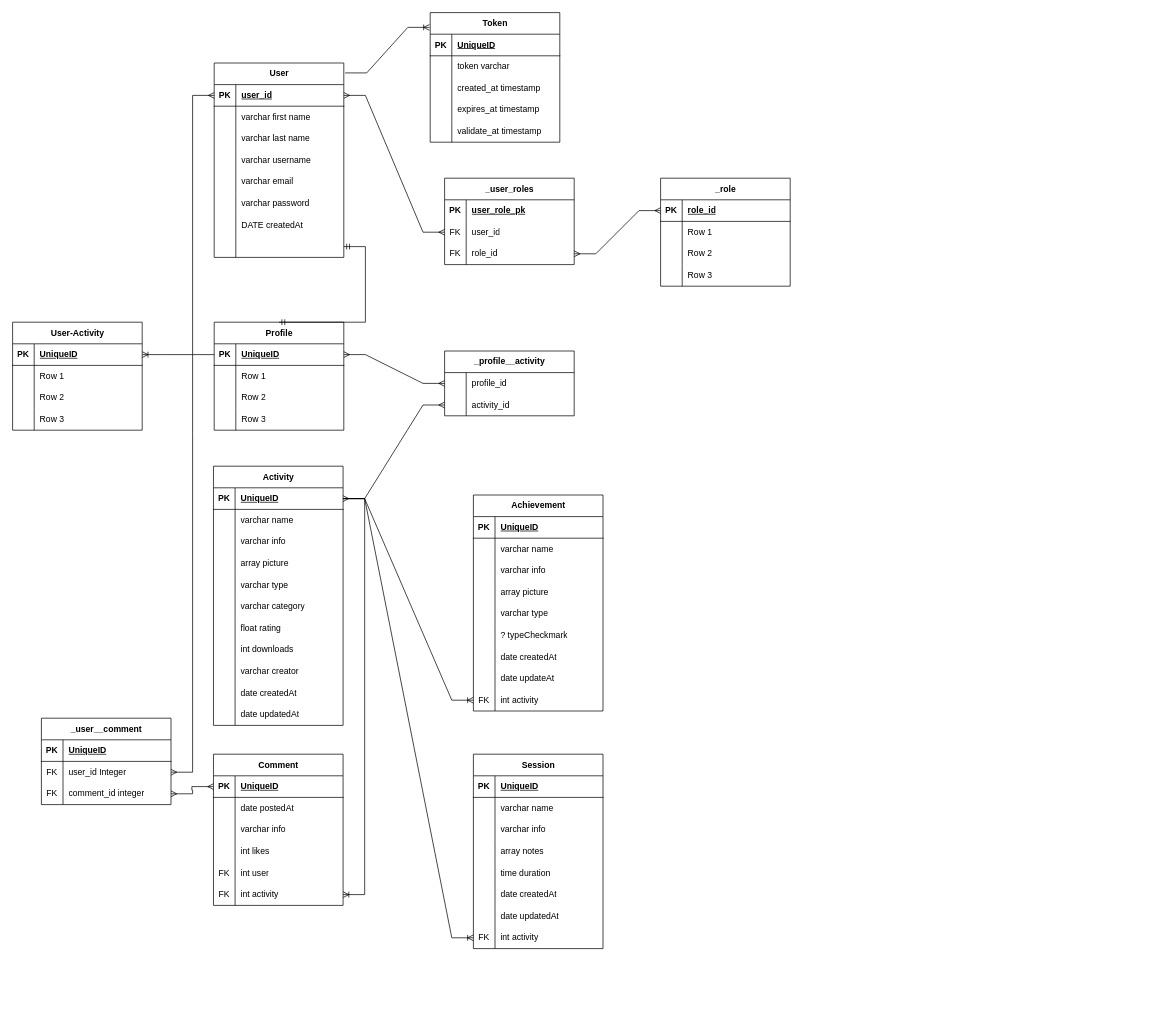
RawSaurus/Activity-tracker keeps this draw.io diagram as Database.drawio. Above is the earlier version. Source tidied: cells renumbered, new cells numbered last; positions are measured from the earlier drawing's top-left corner, leaving out a move shared by most shapes. Both pictures are drawn from the tidied source at 72%, with x=0, y=0 at pixel (12, 12).
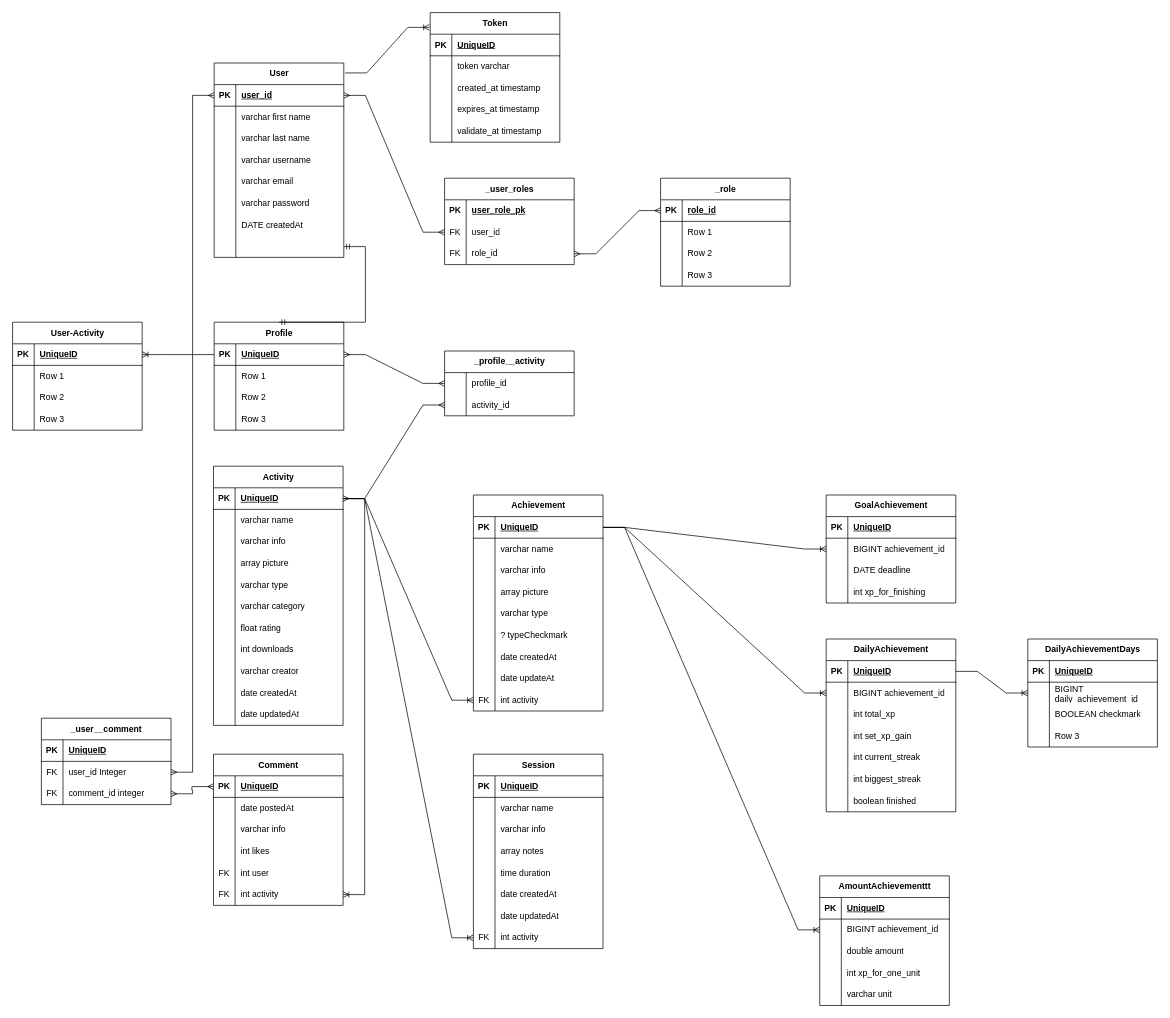
After the change.

The change refers to these unchanged cells:
```xml
<mxCell id="114" style="shape=tableRow;horizontal=0;startSize=0;swimlaneHead=0;swimlaneBody=0;fillColor=none;points=[[0,0.5],[1,0.5]];portConstraint=eastwest;top=0;left=0;right=0;bottom=1;" parent="113" vertex="1">
  <mxGeometry y="30" width="180" height="30" as="geometry" />
</mxCell>
```

Change to the diagram source:
```diff
@@
+    <mxCell id="229" value="GoalAchievement" style="shape=table;startSize=30;childLayout=tableLayout;rowLines=0;fontStyle=1;align=center;html=1;" parent="1" vertex="1">
+      <mxGeometry x="1130" y="670" width="180" height="150" as="geometry" />
+    </mxCell>
+    <mxCell id="230" style="shape=tableRow;horizontal=0;startSize=0;swimlaneHead=0;swimlaneBody=0;fillColor=none;top=0;left=0;right=0;bottom=1;" parent="229" vertex="1">
+      <mxGeometry y="30" width="180" height="30" as="geometry" />
+    </mxCell>
+    <mxCell id="231" value="PK" style="shape=partialRectangle;fillColor=none;top=0;left=0;bottom=0;right=0;fontStyle=1;overflow=hidden;whiteSpace=wrap;html=1;" parent="230" vertex="1">
+      <mxGeometry width="30" height="30" as="geometry" />
+    </mxCell>
+    <mxCell id="232" value="UniqueID" style="shape=partialRectangle;fillColor=none;top=0;left=0;bottom=0;right=0;align=left;spacingLeft=6;fontStyle=5;overflow=hidden;whiteSpace=wrap;html=1;" parent="230" vertex="1">
+      <mxGeometry x="30" width="150" height="30" as="geometry" />
+    </mxCell>
+    <mxCell id="233" style="shape=tableRow;horizontal=0;startSize=0;swimlaneHead=0;swimlaneBody=0;fillColor=none;points=[[0,0.5],[1,0.5]];portConstraint=eastwest;top=0;left=0;right=0;bottom=0;" parent="229" vertex="1">
+      <mxGeometry y="60" width="180" height="30" as="geometry" />
+    </mxCell>
+    <mxCell id="234" style="shape=partialRectangle;fillColor=none;top=0;left=0;bottom=0;right=0;overflow=hidden;whiteSpace=wrap;html=1;" parent="233" vertex="1">
+      <mxGeometry width="30" height="30" as="geometry" />
+    </mxCell>
+    <mxCell id="235" value="BIGINT achievement_id" style="shape=partialRectangle;fillColor=none;top=0;left=0;bottom=0;right=0;align=left;spacingLeft=6;overflow=hidden;whiteSpace=wrap;html=1;" parent="233" vertex="1">
+      <mxGeometry x="30" width="150" height="30" as="geometry" />
+    </mxCell>
+    <mxCell id="236" style="shape=tableRow;horizontal=0;startSize=0;swimlaneHead=0;swimlaneBody=0;fillColor=none;top=0;left=0;right=0;bottom=0;" parent="229" vertex="1">
+      <mxGeometry y="90" width="180" height="30" as="geometry" />
+    </mxCell>
+    <mxCell id="237" style="shape=partialRectangle;fillColor=none;top=0;left=0;bottom=0;right=0;overflow=hidden;whiteSpace=wrap;html=1;" parent="236" vertex="1">
+      <mxGeometry width="30" height="30" as="geometry" />
+    </mxCell>
+    <mxCell id="238" value="DATE deadline" style="shape=partialRectangle;fillColor=none;top=0;left=0;bottom=0;right=0;align=left;spacingLeft=6;overflow=hidden;whiteSpace=wrap;html=1;" parent="236" vertex="1">
+      <mxGeometry x="30" width="150" height="30" as="geometry" />
+    </mxCell>
+    <mxCell id="239" style="shape=tableRow;horizontal=0;startSize=0;swimlaneHead=0;swimlaneBody=0;fillColor=none;top=0;left=0;right=0;bottom=0;" parent="229" vertex="1">
+      <mxGeometry y="120" width="180" height="30" as="geometry" />
+    </mxCell>
+    <mxCell id="240" style="shape=partialRectangle;fillColor=none;top=0;left=0;bottom=0;right=0;overflow=hidden;whiteSpace=wrap;html=1;" parent="239" vertex="1">
+      <mxGeometry width="30" height="30" as="geometry" />
+    </mxCell>
+    <mxCell id="241" value="int xp_for_finishing" style="shape=partialRectangle;fillColor=none;top=0;left=0;bottom=0;right=0;align=left;spacingLeft=6;overflow=hidden;whiteSpace=wrap;html=1;" parent="239" vertex="1">
+      <mxGeometry x="30" width="150" height="30" as="geometry" />
+    </mxCell>
+    <mxCell id="242" value="DailyAchievement" style="shape=table;startSize=30;childLayout=tableLayout;rowLines=0;fontStyle=1;align=center;html=1;" parent="1" vertex="1">
+      <mxGeometry x="1130" y="870" width="180" height="240" as="geometry" />
+    </mxCell>
+    <mxCell id="243" style="shape=tableRow;horizontal=0;startSize=0;swimlaneHead=0;swimlaneBody=0;fillColor=none;points=[[0,0.5],[1,0.5]];portConstraint=eastwest;top=0;left=0;right=0;bottom=1;" parent="242" vertex="1">
+      <mxGeometry y="30" width="180" height="30" as="geometry" />
+    </mxCell>
+    <mxCell id="244" value="PK" style="shape=partialRectangle;fillColor=none;top=0;left=0;bottom=0;right=0;fontStyle=1;overflow=hidden;whiteSpace=wrap;html=1;" parent="243" vertex="1">
+      <mxGeometry width="30" height="30" as="geometry" />
+    </mxCell>
+    <mxCell id="245" value="UniqueID" style="shape=partialRectangle;fillColor=none;top=0;left=0;bottom=0;right=0;align=left;spacingLeft=6;fontStyle=5;overflow=hidden;whiteSpace=wrap;html=1;" parent="243" vertex="1">
+      <mxGeometry x="30" width="150" height="30" as="geometry" />
+    </mxCell>
+    <mxCell id="246" style="shape=tableRow;horizontal=0;startSize=0;swimlaneHead=0;swimlaneBody=0;fillColor=none;points=[[0,0.5],[1,0.5]];portConstraint=eastwest;top=0;left=0;right=0;bottom=0;" parent="242" vertex="1">
+      <mxGeometry y="60" width="180" height="30" as="geometry" />
+    </mxCell>
+    <mxCell id="247" style="shape=partialRectangle;fillColor=none;top=0;left=0;bottom=0;right=0;overflow=hidden;whiteSpace=wrap;html=1;" parent="246" vertex="1">
+      <mxGeometry width="30" height="30" as="geometry" />
+    </mxCell>
+    <mxCell id="248" value="BIGINT achievement_id" style="shape=partialRectangle;fillColor=none;top=0;left=0;bottom=0;right=0;align=left;spacingLeft=6;overflow=hidden;whiteSpace=wrap;html=1;" parent="246" vertex="1">
+      <mxGeometry x="30" width="150" height="30" as="geometry" />
+    </mxCell>
+    <mxCell id="249" style="shape=tableRow;horizontal=0;startSize=0;swimlaneHead=0;swimlaneBody=0;fillColor=none;top=0;left=0;right=0;bottom=0;" parent="242" vertex="1">
+      <mxGeometry y="90" width="180" height="30" as="geometry" />
+    </mxCell>
+    <mxCell id="250" style="shape=partialRectangle;fillColor=none;top=0;left=0;bottom=0;right=0;overflow=hidden;whiteSpace=wrap;html=1;" parent="249" vertex="1">
+      <mxGeometry width="30" height="30" as="geometry" />
+    </mxCell>
+    <mxCell id="251" value="int total_xp" style="shape=partialRectangle;fillColor=none;top=0;left=0;bottom=0;right=0;align=left;spacingLeft=6;overflow=hidden;whiteSpace=wrap;html=1;" parent="249" vertex="1">
+      <mxGeometry x="30" width="150" height="30" as="geometry" />
+    </mxCell>
+    <mxCell id="252" style="shape=tableRow;horizontal=0;startSize=0;swimlaneHead=0;swimlaneBody=0;fillColor=none;top=0;left=0;right=0;bottom=0;" parent="242" vertex="1">
+      <mxGeometry y="120" width="180" height="30" as="geometry" />
+    </mxCell>
+    <mxCell id="253" style="shape=partialRectangle;fillColor=none;top=0;left=0;bottom=0;right=0;overflow=hidden;whiteSpace=wrap;html=1;" parent="252" vertex="1">
+      <mxGeometry width="30" height="30" as="geometry" />
+    </mxCell>
+    <mxCell id="254" value="int set_xp_gain" style="shape=partialRectangle;fillColor=none;top=0;left=0;bottom=0;right=0;align=left;spacingLeft=6;overflow=hidden;whiteSpace=wrap;html=1;" parent="252" vertex="1">
+      <mxGeometry x="30" width="150" height="30" as="geometry" />
+    </mxCell>
+    <mxCell id="255" style="shape=tableRow;horizontal=0;startSize=0;swimlaneHead=0;swimlaneBody=0;fillColor=none;top=0;left=0;right=0;bottom=0;" parent="242" vertex="1">
+      <mxGeometry y="150" width="180" height="30" as="geometry" />
+    </mxCell>
+    <mxCell id="256" style="shape=partialRectangle;fillColor=none;top=0;left=0;bottom=0;right=0;overflow=hidden;whiteSpace=wrap;html=1;" parent="255" vertex="1">
+      <mxGeometry width="30" height="30" as="geometry" />
+    </mxCell>
+    <mxCell id="257" value="int current_streak" style="shape=partialRectangle;fillColor=none;top=0;left=0;bottom=0;right=0;align=left;spacingLeft=6;overflow=hidden;whiteSpace=wrap;html=1;" parent="255" vertex="1">
+      <mxGeometry x="30" width="150" height="30" as="geometry" />
+    </mxCell>
+    <mxCell id="258" style="shape=tableRow;horizontal=0;startSize=0;swimlaneHead=0;swimlaneBody=0;fillColor=none;top=0;left=0;right=0;bottom=0;" parent="242" vertex="1">
+      <mxGeometry y="180" width="180" height="30" as="geometry" />
+    </mxCell>
+    <mxCell id="259" style="shape=partialRectangle;fillColor=none;top=0;left=0;bottom=0;right=0;overflow=hidden;whiteSpace=wrap;html=1;" parent="258" vertex="1">
+      <mxGeometry width="30" height="30" as="geometry" />
+    </mxCell>
+    <mxCell id="260" value="int biggest_streak" style="shape=partialRectangle;fillColor=none;top=0;left=0;bottom=0;right=0;align=left;spacingLeft=6;overflow=hidden;whiteSpace=wrap;html=1;" parent="258" vertex="1">
+      <mxGeometry x="30" width="150" height="30" as="geometry" />
+    </mxCell>
+    <mxCell id="261" style="shape=tableRow;horizontal=0;startSize=0;swimlaneHead=0;swimlaneBody=0;fillColor=none;top=0;left=0;right=0;bottom=0;" parent="242" vertex="1">
+      <mxGeometry y="210" width="180" height="30" as="geometry" />
+    </mxCell>
+    <mxCell id="262" style="shape=partialRectangle;fillColor=none;top=0;left=0;bottom=0;right=0;overflow=hidden;whiteSpace=wrap;html=1;" parent="261" vertex="1">
+      <mxGeometry width="30" height="30" as="geometry" />
+    </mxCell>
+    <mxCell id="263" value="boolean finished" style="shape=partialRectangle;fillColor=none;top=0;left=0;bottom=0;right=0;align=left;spacingLeft=6;overflow=hidden;whiteSpace=wrap;html=1;" parent="261" vertex="1">
+      <mxGeometry x="30" width="150" height="30" as="geometry" />
+    </mxCell>
+    <mxCell id="264" value="AmountAchievementtt" style="shape=table;startSize=30;childLayout=tableLayout;rowLines=0;fontStyle=1;align=center;html=1;" parent="1" vertex="1">
+      <mxGeometry x="1121" y="1199" width="180" height="180" as="geometry" />
+    </mxCell>
+    <mxCell id="265" style="shape=tableRow;horizontal=0;startSize=0;swimlaneHead=0;swimlaneBody=0;fillColor=none;top=0;left=0;right=0;bottom=1;" parent="264" vertex="1">
+      <mxGeometry y="30" width="180" height="30" as="geometry" />
+    </mxCell>
+    <mxCell id="266" value="PK" style="shape=partialRectangle;fillColor=none;top=0;left=0;bottom=0;right=0;fontStyle=1;overflow=hidden;whiteSpace=wrap;html=1;" parent="265" vertex="1">
+      <mxGeometry width="30" height="30" as="geometry" />
+    </mxCell>
+    <mxCell id="267" value="UniqueID" style="shape=partialRectangle;fillColor=none;top=0;left=0;bottom=0;right=0;align=left;spacingLeft=6;fontStyle=5;overflow=hidden;whiteSpace=wrap;html=1;" parent="265" vertex="1">
+      <mxGeometry x="30" width="150" height="30" as="geometry" />
+    </mxCell>
+    <mxCell id="268" style="shape=tableRow;horizontal=0;startSize=0;swimlaneHead=0;swimlaneBody=0;fillColor=none;points=[[0,0.5],[1,0.5]];portConstraint=eastwest;top=0;left=0;right=0;bottom=0;" parent="264" vertex="1">
+      <mxGeometry y="60" width="180" height="30" as="geometry" />
+    </mxCell>
+    <mxCell id="269" style="shape=partialRectangle;fillColor=none;top=0;left=0;bottom=0;right=0;overflow=hidden;whiteSpace=wrap;html=1;" parent="268" vertex="1">
+      <mxGeometry width="30" height="30" as="geometry" />
+    </mxCell>
+    <mxCell id="270" value="BIGINT achievement_id" style="shape=partialRectangle;fillColor=none;top=0;left=0;bottom=0;right=0;align=left;spacingLeft=6;overflow=hidden;whiteSpace=wrap;html=1;" parent="268" vertex="1">
+      <mxGeometry x="30" width="150" height="30" as="geometry" />
+    </mxCell>
+    <mxCell id="271" style="shape=tableRow;horizontal=0;startSize=0;swimlaneHead=0;swimlaneBody=0;fillColor=none;top=0;left=0;right=0;bottom=0;" parent="264" vertex="1">
+      <mxGeometry y="90" width="180" height="30" as="geometry" />
+    </mxCell>
+    <mxCell id="272" style="shape=partialRectangle;fillColor=none;top=0;left=0;bottom=0;right=0;overflow=hidden;whiteSpace=wrap;html=1;" parent="271" vertex="1">
+      <mxGeometry width="30" height="30" as="geometry" />
+    </mxCell>
+    <mxCell id="273" value="double amount" style="shape=partialRectangle;fillColor=none;top=0;left=0;bottom=0;right=0;align=left;spacingLeft=6;overflow=hidden;whiteSpace=wrap;html=1;" parent="271" vertex="1">
+      <mxGeometry x="30" width="150" height="30" as="geometry" />
+    </mxCell>
+    <mxCell id="274" style="shape=tableRow;horizontal=0;startSize=0;swimlaneHead=0;swimlaneBody=0;fillColor=none;top=0;left=0;right=0;bottom=0;" parent="264" vertex="1">
+      <mxGeometry y="120" width="180" height="30" as="geometry" />
+    </mxCell>
+    <mxCell id="275" style="shape=partialRectangle;fillColor=none;top=0;left=0;bottom=0;right=0;overflow=hidden;whiteSpace=wrap;html=1;" parent="274" vertex="1">
+      <mxGeometry width="30" height="30" as="geometry" />
+    </mxCell>
+    <mxCell id="276" value="int xp_for_one_unit" style="shape=partialRectangle;fillColor=none;top=0;left=0;bottom=0;right=0;align=left;spacingLeft=6;overflow=hidden;whiteSpace=wrap;html=1;" parent="274" vertex="1">
+      <mxGeometry x="30" width="150" height="30" as="geometry" />
+    </mxCell>
+    <mxCell id="277" style="shape=tableRow;horizontal=0;startSize=0;swimlaneHead=0;swimlaneBody=0;fillColor=none;top=0;left=0;right=0;bottom=0;" parent="264" vertex="1">
+      <mxGeometry y="150" width="180" height="30" as="geometry" />
+    </mxCell>
+    <mxCell id="278" style="shape=partialRectangle;fillColor=none;top=0;left=0;bottom=0;right=0;overflow=hidden;whiteSpace=wrap;html=1;" parent="277" vertex="1">
+      <mxGeometry width="30" height="30" as="geometry" />
+    </mxCell>
+    <mxCell id="279" value="varchar unit" style="shape=partialRectangle;fillColor=none;top=0;left=0;bottom=0;right=0;align=left;spacingLeft=6;overflow=hidden;whiteSpace=wrap;html=1;" parent="277" vertex="1">
+      <mxGeometry x="30" width="150" height="30" as="geometry" />
+    </mxCell>
+    <mxCell id="280" value="DailyAchievementDays" style="shape=table;startSize=30;childLayout=tableLayout;rowLines=0;fontStyle=1;align=center;html=1;" parent="1" vertex="1">
+      <mxGeometry x="1410" y="870" width="180" height="150" as="geometry" />
+    </mxCell>
+    <mxCell id="281" style="shape=tableRow;horizontal=0;startSize=0;swimlaneHead=0;swimlaneBody=0;fillColor=none;top=0;left=0;right=0;bottom=1;" parent="280" vertex="1">
+      <mxGeometry y="30" width="180" height="30" as="geometry" />
+    </mxCell>
+    <mxCell id="282" value="PK" style="shape=partialRectangle;fillColor=none;top=0;left=0;bottom=0;right=0;fontStyle=1;overflow=hidden;whiteSpace=wrap;html=1;" parent="281" vertex="1">
+      <mxGeometry width="30" height="30" as="geometry" />
+    </mxCell>
+    <mxCell id="283" value="UniqueID" style="shape=partialRectangle;fillColor=none;top=0;left=0;bottom=0;right=0;align=left;spacingLeft=6;fontStyle=5;overflow=hidden;whiteSpace=wrap;html=1;" parent="281" vertex="1">
+      <mxGeometry x="30" width="150" height="30" as="geometry" />
+    </mxCell>
+    <mxCell id="284" style="shape=tableRow;horizontal=0;startSize=0;swimlaneHead=0;swimlaneBody=0;fillColor=none;points=[[0,0.5],[1,0.5]];portConstraint=eastwest;top=0;left=0;right=0;bottom=0;" parent="280" vertex="1">
+      <mxGeometry y="60" width="180" height="30" as="geometry" />
+    </mxCell>
+    <mxCell id="285" style="shape=partialRectangle;fillColor=none;top=0;left=0;bottom=0;right=0;overflow=hidden;whiteSpace=wrap;html=1;" parent="284" vertex="1">
+      <mxGeometry width="30" height="30" as="geometry" />
+    </mxCell>
+    <mxCell id="286" value="BIGINT daily_achievement_id" style="shape=partialRectangle;fillColor=none;top=0;left=0;bottom=0;right=0;align=left;spacingLeft=6;overflow=hidden;whiteSpace=wrap;html=1;" parent="284" vertex="1">
+      <mxGeometry x="30" width="150" height="30" as="geometry" />
+    </mxCell>
+    <mxCell id="287" style="shape=tableRow;horizontal=0;startSize=0;swimlaneHead=0;swimlaneBody=0;fillColor=none;top=0;left=0;right=0;bottom=0;" parent="280" vertex="1">
+      <mxGeometry y="90" width="180" height="30" as="geometry" />
+    </mxCell>
+    <mxCell id="288" style="shape=partialRectangle;fillColor=none;top=0;left=0;bottom=0;right=0;overflow=hidden;whiteSpace=wrap;html=1;" parent="287" vertex="1">
+      <mxGeometry width="30" height="30" as="geometry" />
+    </mxCell>
+    <mxCell id="289" value="BOOLEAN checkmark" style="shape=partialRectangle;fillColor=none;top=0;left=0;bottom=0;right=0;align=left;spacingLeft=6;overflow=hidden;whiteSpace=wrap;html=1;" parent="287" vertex="1">
+      <mxGeometry x="30" width="150" height="30" as="geometry" />
+    </mxCell>
+    <mxCell id="290" style="shape=tableRow;horizontal=0;startSize=0;swimlaneHead=0;swimlaneBody=0;fillColor=none;top=0;left=0;right=0;bottom=0;" parent="280" vertex="1">
+      <mxGeometry y="120" width="180" height="30" as="geometry" />
+    </mxCell>
+    <mxCell id="291" style="shape=partialRectangle;fillColor=none;top=0;left=0;bottom=0;right=0;overflow=hidden;whiteSpace=wrap;html=1;" parent="290" vertex="1">
+      <mxGeometry width="30" height="30" as="geometry" />
+    </mxCell>
+    <mxCell id="292" value="Row 3" style="shape=partialRectangle;fillColor=none;top=0;left=0;bottom=0;right=0;align=left;spacingLeft=6;overflow=hidden;whiteSpace=wrap;html=1;" parent="290" vertex="1">
+      <mxGeometry x="30" width="150" height="30" as="geometry" />
+    </mxCell>
+    <mxCell id="293" style="edgeStyle=entityRelationEdgeStyle;fontSize=12;html=1;endArrow=ERoneToMany;rounded=0;" parent="1" edge="1" source="243" target="284">
+      <mxGeometry relative="1" as="geometry" />
+    </mxCell>
+    <mxCell id="294" style="edgeStyle=entityRelationEdgeStyle;fontSize=12;html=1;endArrow=ERoneToMany;rounded=0;" parent="1" edge="1" source="114" target="233">
+      <mxGeometry relative="1" as="geometry" />
+    </mxCell>
+    <mxCell id="295" style="edgeStyle=entityRelationEdgeStyle;fontSize=12;html=1;endArrow=ERoneToMany;rounded=0;" parent="1" edge="1" source="114" target="246">
+      <mxGeometry relative="1" as="geometry" />
+    </mxCell>
+    <mxCell id="296" style="edgeStyle=entityRelationEdgeStyle;fontSize=12;html=1;endArrow=ERoneToMany;rounded=0;" parent="1" edge="1" source="114" target="268">
+      <mxGeometry relative="1" as="geometry" />
+    </mxCell>
```
